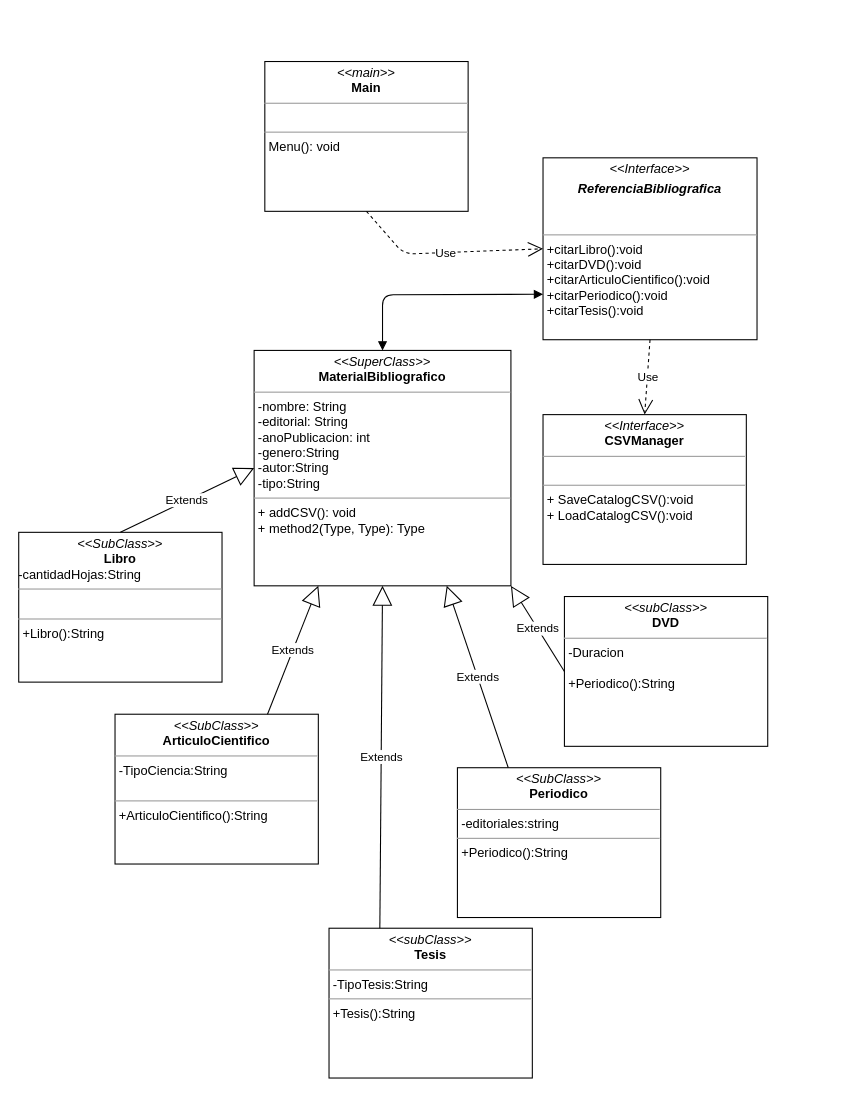
Before: w_tasks/UML.drawio in jlope384/Ejercicio-5, a draw.io diagram. Source tidied: cells renumbered, new cells numbered last; positions are measured from the earlier drawing's top-left corner, leaving out a move shared by most shapes. Both pictures are drawn from the tidied source at 107%, with x=0, y=0 at pixel (18, 61).
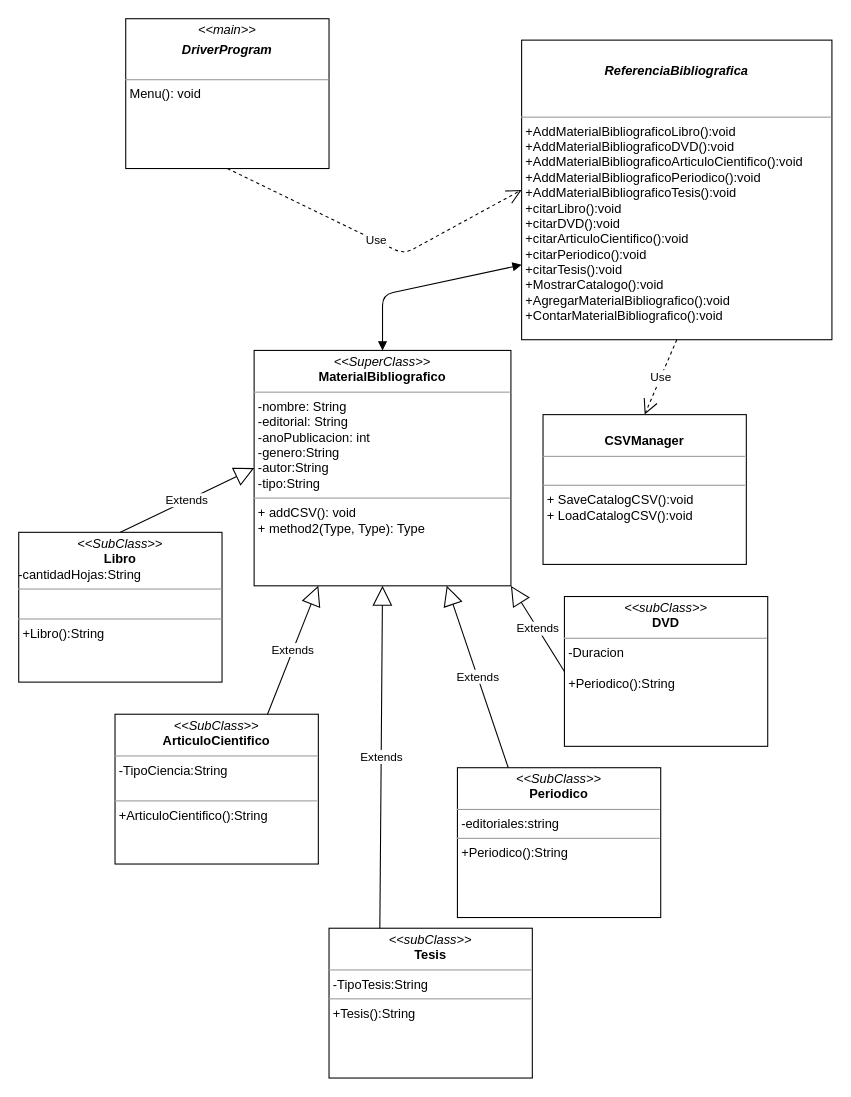
The same diagram, later.

What changed in the source:
```diff
@@
-    <mxCell id="2" value="&lt;p style=&quot;margin:0px;margin-top:4px;text-align:center;&quot;&gt;&lt;i&gt;&amp;lt;&amp;lt;main&amp;gt;&amp;gt;&lt;/i&gt;&lt;br&gt;&lt;b&gt;Main&lt;/b&gt;&lt;/p&gt;&lt;hr size=&quot;1&quot;&gt;&lt;p style=&quot;margin:0px;margin-left:4px;&quot;&gt;&lt;br&gt;&lt;/p&gt;&lt;hr size=&quot;1&quot;&gt;&lt;p style=&quot;margin:0px;margin-left:4px;&quot;&gt;Menu(): void&lt;/p&gt;" style="verticalAlign=top;align=left;overflow=fill;fontSize=12;fontFamily=Helvetica;html=1;" parent="1" vertex="1">
-      <mxGeometry x="230" width="190" height="140" as="geometry" />
+    <mxCell id="2" value="&lt;p style=&quot;margin:0px;margin-top:4px;text-align:center;&quot;&gt;&lt;i&gt;&amp;lt;&amp;lt;main&amp;gt;&amp;gt;&lt;/i&gt;&lt;br&gt;&lt;/p&gt;&lt;p style=&quot;margin:0px;margin-top:4px;text-align:center;&quot;&gt;&lt;b&gt;&lt;i&gt;DriverProgram&lt;/i&gt;&lt;/b&gt;&lt;/p&gt;&lt;p style=&quot;margin:0px;margin-left:4px;&quot;&gt;&lt;br&gt;&lt;/p&gt;&lt;hr size=&quot;1&quot;&gt;&lt;p style=&quot;margin:0px;margin-left:4px;&quot;&gt;Menu(): void&lt;/p&gt;" style="verticalAlign=top;align=left;overflow=fill;fontSize=12;fontFamily=Helvetica;html=1;" parent="1" vertex="1">
+      <mxGeometry x="100" y="-40" width="190" height="140" as="geometry" />
     </mxCell>
@@
-    <mxCell id="9" value="&lt;p style=&quot;margin:0px;margin-top:4px;text-align:center;&quot;&gt;&lt;i&gt;&amp;lt;&amp;lt;Interface&amp;gt;&amp;gt;&lt;/i&gt;&lt;br&gt;&lt;b&gt;CSVManager&lt;/b&gt;&lt;/p&gt;&lt;hr size=&quot;1&quot;&gt;&lt;p style=&quot;margin:0px;margin-left:4px;&quot;&gt;&lt;br&gt;&lt;/p&gt;&lt;hr size=&quot;1&quot;&gt;&lt;p style=&quot;margin:0px;margin-left:4px;&quot;&gt;+ SaveCatalogCSV():void&lt;br&gt;+ LoadCatalogCSV():void&lt;/p&gt;" style="verticalAlign=top;align=left;overflow=fill;fontSize=12;fontFamily=Helvetica;html=1;" parent="1" vertex="1">
+    <mxCell id="9" value="&lt;p style=&quot;margin:0px;margin-top:4px;text-align:center;&quot;&gt;&lt;br&gt;&lt;b&gt;CSVManager&lt;/b&gt;&lt;/p&gt;&lt;hr size=&quot;1&quot;&gt;&lt;p style=&quot;margin:0px;margin-left:4px;&quot;&gt;&lt;br&gt;&lt;/p&gt;&lt;hr size=&quot;1&quot;&gt;&lt;p style=&quot;margin:0px;margin-left:4px;&quot;&gt;+ SaveCatalogCSV():void&lt;br&gt;+ LoadCatalogCSV():void&lt;/p&gt;" style="verticalAlign=top;align=left;overflow=fill;fontSize=12;fontFamily=Helvetica;html=1;" parent="1" vertex="1">
       <mxGeometry x="490" y="330" width="190" height="140" as="geometry" />
     </mxCell>
-    <mxCell id="10" value="&lt;p style=&quot;margin:0px;margin-top:4px;text-align:center;&quot;&gt;&lt;i&gt;&amp;lt;&amp;lt;Interface&amp;gt;&amp;gt;&lt;/i&gt;&lt;br&gt;&lt;/p&gt;&lt;p style=&quot;margin:0px;margin-top:4px;text-align:center;&quot;&gt;&lt;b&gt;&lt;i&gt;ReferenciaBibliografica&lt;/i&gt;&lt;/b&gt;&lt;/p&gt;&lt;p style=&quot;margin:0px;margin-left:4px;&quot;&gt;&lt;br&gt;&lt;/p&gt;&lt;p style=&quot;margin:0px;margin-left:4px;&quot;&gt;&lt;br&gt;&lt;/p&gt;&lt;hr size=&quot;1&quot;&gt;&lt;p style=&quot;margin:0px;margin-left:4px;&quot;&gt;+citarLibro():void&lt;/p&gt;&lt;p style=&quot;margin:0px;margin-left:4px;&quot;&gt;+citarDVD():void&lt;/p&gt;&lt;p style=&quot;margin:0px;margin-left:4px;&quot;&gt;+citarArticuloCientifico():void&lt;/p&gt;&lt;p style=&quot;margin:0px;margin-left:4px;&quot;&gt;+citarPeriodico():void&lt;/p&gt;&lt;p style=&quot;margin:0px;margin-left:4px;&quot;&gt;+citarTesis():void&lt;/p&gt;&lt;p style=&quot;margin:0px;margin-left:4px;&quot;&gt;&lt;br&gt;&lt;/p&gt;&lt;p style=&quot;margin:0px;margin-left:4px;&quot;&gt;&lt;br&gt;&lt;/p&gt;" style="verticalAlign=top;align=left;overflow=fill;fontSize=12;fontFamily=Helvetica;html=1;" parent="1" vertex="1">
-      <mxGeometry x="490" y="90" width="200" height="170" as="geometry" />
+    <mxCell id="10" value="&lt;p style=&quot;margin:0px;margin-top:4px;text-align:center;&quot;&gt;&lt;br&gt;&lt;/p&gt;&lt;p style=&quot;margin:0px;margin-top:4px;text-align:center;&quot;&gt;&lt;b&gt;&lt;i&gt;ReferenciaBibliografica&lt;/i&gt;&lt;/b&gt;&lt;/p&gt;&lt;p style=&quot;margin:0px;margin-left:4px;&quot;&gt;&lt;br&gt;&lt;/p&gt;&lt;p style=&quot;margin:0px;margin-left:4px;&quot;&gt;&lt;br&gt;&lt;/p&gt;&lt;hr size=&quot;1&quot;&gt;&lt;p style=&quot;margin:0px;margin-left:4px;&quot;&gt;+AddMaterialBibliograficoLibro():void&lt;/p&gt;&lt;p style=&quot;margin:0px;margin-left:4px;&quot;&gt;+AddMaterialBibliograficoDVD():void&lt;/p&gt;&lt;p style=&quot;margin:0px;margin-left:4px;&quot;&gt;+AddMaterialBibliograficoArticuloCientifico():void&lt;/p&gt;&lt;p style=&quot;margin:0px;margin-left:4px;&quot;&gt;+AddMaterialBibliograficoPeriodico():void&lt;/p&gt;&lt;p style=&quot;margin:0px;margin-left:4px;&quot;&gt;+AddMaterialBibliograficoTesis():void&lt;br&gt;+citarLibro():void&lt;/p&gt;&lt;p style=&quot;margin:0px;margin-left:4px;&quot;&gt;+citarDVD():void&lt;/p&gt;&lt;p style=&quot;margin:0px;margin-left:4px;&quot;&gt;+citarArticuloCientifico():void&lt;/p&gt;&lt;p style=&quot;margin:0px;margin-left:4px;&quot;&gt;+citarPeriodico():void&lt;/p&gt;&lt;p style=&quot;margin:0px;margin-left:4px;&quot;&gt;+citarTesis():void&lt;/p&gt;&lt;p style=&quot;margin:0px;margin-left:4px;&quot;&gt;+MostrarCatalogo():void&lt;/p&gt;&lt;p style=&quot;margin:0px;margin-left:4px;&quot;&gt;+AgregarMaterialBibliografico():void&lt;/p&gt;&lt;p style=&quot;margin:0px;margin-left:4px;&quot;&gt;+ContarMaterialBibliografico():void&lt;/p&gt;&lt;p style=&quot;margin:0px;margin-left:4px;&quot;&gt;&lt;br&gt;&lt;/p&gt;&lt;p style=&quot;margin:0px;margin-left:4px;&quot;&gt;&lt;br&gt;&lt;/p&gt;" style="verticalAlign=top;align=left;overflow=fill;fontSize=12;fontFamily=Helvetica;html=1;" parent="1" vertex="1">
+      <mxGeometry x="470" y="-20" width="290" height="280" as="geometry" />
     </mxCell>
```
